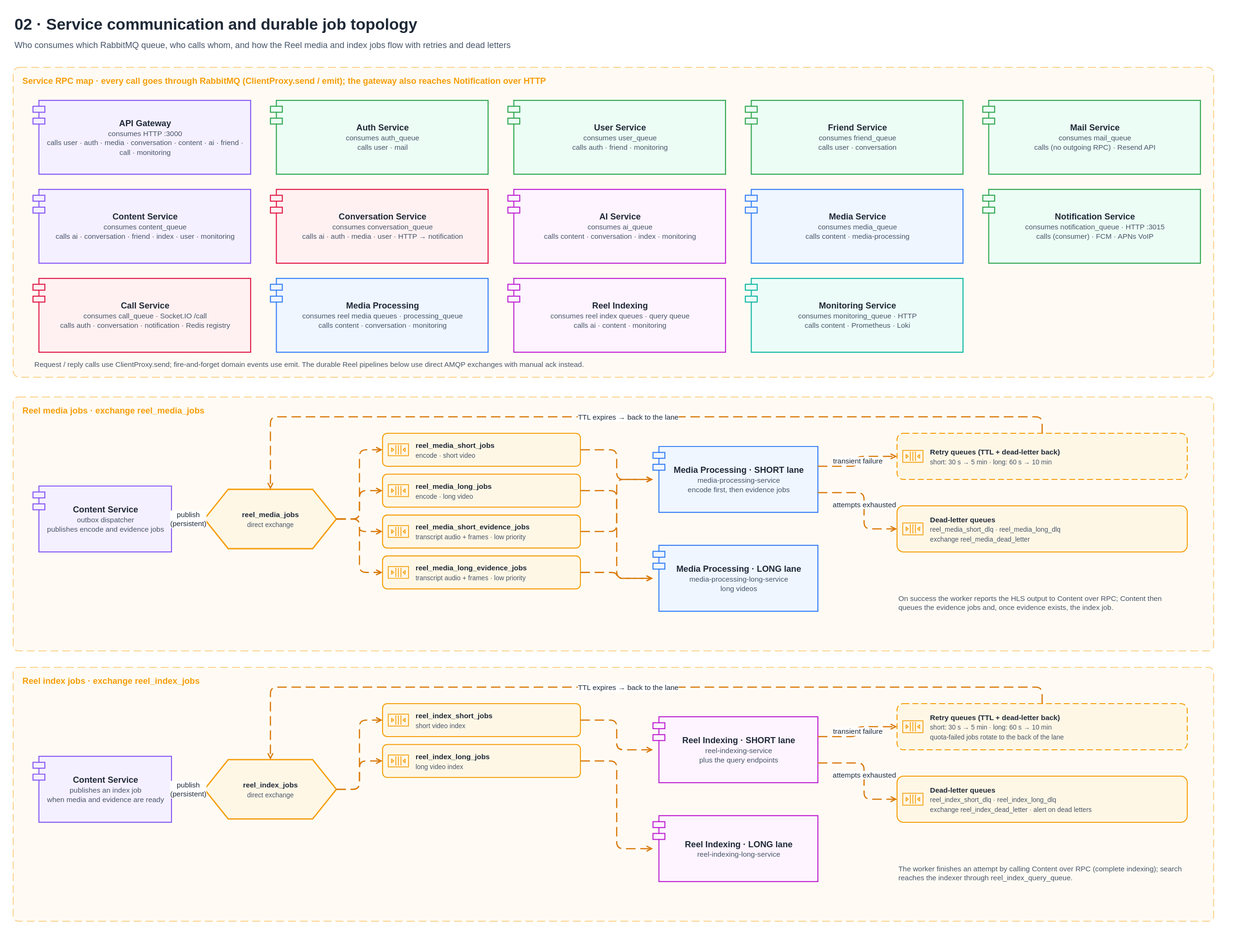
Above: docs/diagrams/velora-current/importable-svg/02-application-architecture.drawio.svg in HieuCuteDangYeu/velora-backend (draw.io), before the change. Source tidied: cells renumbered, new cells last; positions are measured from the earlier drawing's top-left corner, leaving out a move shared by most shapes.
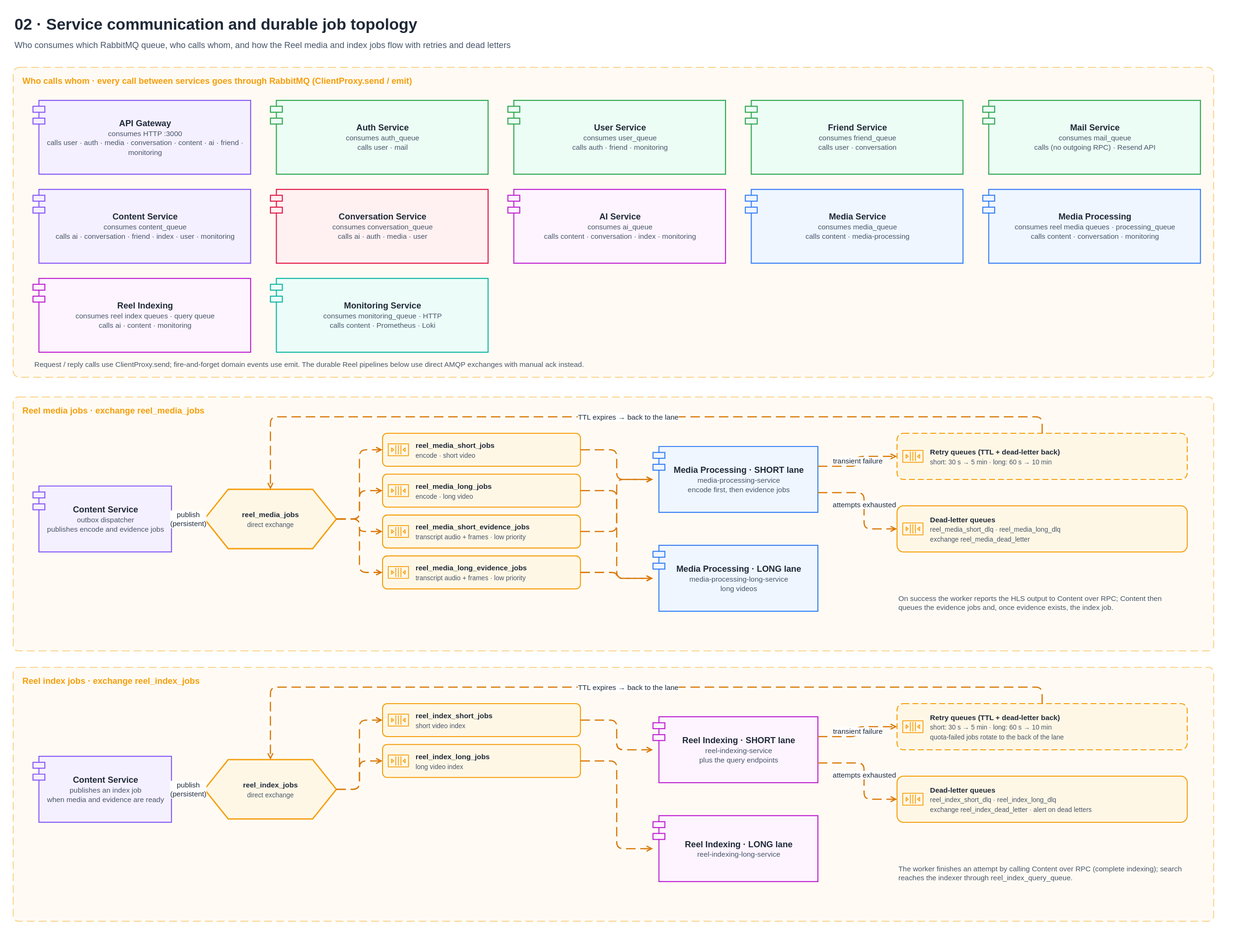
The same diagram one commit later.

What changed in the source:
```diff
@@ -11,10 +11,10 @@
     <mxCell id="4" style="rounded=1;arcSize=2;html=1;strokeColor=#F59E0B;strokeWidth=1.5;fillColor=#FFF7E6;opacity=45;dashed=1;dashPattern=8 4;" parent="1" vertex="1">
       <mxGeometry y="82" width="1820" height="470" as="geometry" />
     </mxCell>
-    <mxCell id="5" value="Service RPC map · every call goes through RabbitMQ (ClientProxy.send / emit); the gateway also reaches Notification over HTTP" style="text;html=1;fontFamily=Helvetica;fontSize=13;fontStyle=1;fontColor=#F59E0B;align=left;verticalAlign=top;spacingLeft=12;spacingTop=6;strokeColor=none;fillColor=none;" parent="1" vertex="1">
+    <mxCell id="5" value="Who calls whom · every call between services goes through RabbitMQ (ClientProxy.send / emit)" style="text;html=1;fontFamily=Helvetica;fontSize=13;fontStyle=1;fontColor=#F59E0B;align=left;verticalAlign=top;spacingLeft=12;spacingTop=6;strokeColor=none;fillColor=none;" parent="1" vertex="1">
       <mxGeometry y="82" width="1820" height="30" as="geometry" />
     </mxCell>
-    <mxCell id="6" value="&lt;b style=&quot;font-size:13px&quot;&gt;API Gateway&lt;/b&gt;&lt;br&gt;&lt;span style=&quot;font-size:11px;color:#475569&quot;&gt;consumes  HTTP :3000&lt;br&gt;calls  user · auth · media · conversation · content · ai · friend · call · monitoring&lt;/span&gt;" style="shape=module;jettyWidth=18;jettyHeight=9;html=1;whiteSpace=wrap;fontFamily=Helvetica;fillColor=#F5F0FF;strokeColor=#8B5CF6;strokeWidth=1.6;fontColor=#1F2937;align=center;verticalAlign=middle;spacingLeft=14;spacingRight=4;" parent="1" vertex="1">
+    <mxCell id="6" value="&lt;b style=&quot;font-size:13px&quot;&gt;API Gateway&lt;/b&gt;&lt;br&gt;&lt;span style=&quot;font-size:11px;color:#475569&quot;&gt;consumes  HTTP :3000&lt;br&gt;calls  user · auth · media · conversation · content · ai · friend · monitoring&lt;/span&gt;" style="shape=module;jettyWidth=18;jettyHeight=9;html=1;whiteSpace=wrap;fontFamily=Helvetica;fillColor=#F5F0FF;strokeColor=#8B5CF6;strokeWidth=1.6;fontColor=#1F2937;align=center;verticalAlign=middle;spacingLeft=14;spacingRight=4;" parent="1" vertex="1">
       <mxGeometry x="30" y="132" width="330" height="112" as="geometry" />
     </mxCell>
     <mxCell id="7" value="&lt;b style=&quot;font-size:13px&quot;&gt;Auth Service&lt;/b&gt;&lt;br&gt;&lt;span style=&quot;font-size:11px;color:#475569&quot;&gt;consumes  auth_queue&lt;br&gt;calls  user · mail&lt;/span&gt;" style="shape=module;jettyWidth=18;jettyHeight=9;html=1;whiteSpace=wrap;fontFamily=Helvetica;fillColor=#ECFDF5;strokeColor=#34A853;strokeWidth=1.6;fontColor=#1F2937;align=center;verticalAlign=middle;spacingLeft=14;spacingRight=4;" parent="1" vertex="1">
@@ -32,7 +32,7 @@
     <mxCell id="11" value="&lt;b style=&quot;font-size:13px&quot;&gt;Content Service&lt;/b&gt;&lt;br&gt;&lt;span style=&quot;font-size:11px;color:#475569&quot;&gt;consumes  content_queue&lt;br&gt;calls  ai · conversation · friend · index · user · monitoring&lt;/span&gt;" style="shape=module;jettyWidth=18;jettyHeight=9;html=1;whiteSpace=wrap;fontFamily=Helvetica;fillColor=#F5F0FF;strokeColor=#8B5CF6;strokeWidth=1.6;fontColor=#1F2937;align=center;verticalAlign=middle;spacingLeft=14;spacingRight=4;" parent="1" vertex="1">
       <mxGeometry x="30" y="267" width="330" height="112" as="geometry" />
     </mxCell>
-    <mxCell id="12" value="&lt;b style=&quot;font-size:13px&quot;&gt;Conversation Service&lt;/b&gt;&lt;br&gt;&lt;span style=&quot;font-size:11px;color:#475569&quot;&gt;consumes  conversation_queue&lt;br&gt;calls  ai · auth · media · user · HTTP → notification&lt;/span&gt;" style="shape=module;jettyWidth=18;jettyHeight=9;html=1;whiteSpace=wrap;fontFamily=Helvetica;fillColor=#FFF1F2;strokeColor=#E11D48;strokeWidth=1.6;fontColor=#1F2937;align=center;verticalAlign=middle;spacingLeft=14;spacingRight=4;" parent="1" vertex="1">
+    <mxCell id="12" value="&lt;b style=&quot;font-size:13px&quot;&gt;Conversation Service&lt;/b&gt;&lt;br&gt;&lt;span style=&quot;font-size:11px;color:#475569&quot;&gt;consumes  conversation_queue&lt;br&gt;calls  ai · auth · media · user&lt;/span&gt;" style="shape=module;jettyWidth=18;jettyHeight=9;html=1;whiteSpace=wrap;fontFamily=Helvetica;fillColor=#FFF1F2;strokeColor=#E11D48;strokeWidth=1.6;fontColor=#1F2937;align=center;verticalAlign=middle;spacingLeft=14;spacingRight=4;" parent="1" vertex="1">
       <mxGeometry x="390" y="267" width="330" height="112" as="geometry" />
     </mxCell>
     <mxCell id="13" value="&lt;b style=&quot;font-size:13px&quot;&gt;AI Service&lt;/b&gt;&lt;br&gt;&lt;span style=&quot;font-size:11px;color:#475569&quot;&gt;consumes  ai_queue&lt;br&gt;calls  content · conversation · index · monitoring&lt;/span&gt;" style="shape=module;jettyWidth=18;jettyHeight=9;html=1;whiteSpace=wrap;fontFamily=Helvetica;fillColor=#FDF4FF;strokeColor=#C026D3;strokeWidth=1.6;fontColor=#1F2937;align=center;verticalAlign=middle;spacingLeft=14;spacingRight=4;" parent="1" vertex="1">
@@ -41,20 +41,14 @@
     <mxCell id="14" value="&lt;b style=&quot;font-size:13px&quot;&gt;Media Service&lt;/b&gt;&lt;br&gt;&lt;span style=&quot;font-size:11px;color:#475569&quot;&gt;consumes  media_queue&lt;br&gt;calls  content · media-processing&lt;/span&gt;" style="shape=module;jettyWidth=18;jettyHeight=9;html=1;whiteSpace=wrap;fontFamily=Helvetica;fillColor=#EFF6FF;strokeColor=#3B82F6;strokeWidth=1.6;fontColor=#1F2937;align=center;verticalAlign=middle;spacingLeft=14;spacingRight=4;" parent="1" vertex="1">
       <mxGeometry x="1110" y="267" width="330" height="112" as="geometry" />
     </mxCell>
-    <mxCell id="15" value="&lt;b style=&quot;font-size:13px&quot;&gt;Notification Service&lt;/b&gt;&lt;br&gt;&lt;span style=&quot;font-size:11px;color:#475569&quot;&gt;consumes  notification_queue · HTTP :3015&lt;br&gt;calls  (consumer) · FCM · APNs VoIP&lt;/span&gt;" style="shape=module;jettyWidth=18;jettyHeight=9;html=1;whiteSpace=wrap;fontFamily=Helvetica;fillColor=#ECFDF5;strokeColor=#34A853;strokeWidth=1.6;fontColor=#1F2937;align=center;verticalAlign=middle;spacingLeft=14;spacingRight=4;" parent="1" vertex="1">
-      <mxGeometry x="1470" y="267" width="330" height="112" as="geometry" />
-    </mxCell>
-    <mxCell id="16" value="&lt;b style=&quot;font-size:13px&quot;&gt;Call Service&lt;/b&gt;&lt;br&gt;&lt;span style=&quot;font-size:11px;color:#475569&quot;&gt;consumes  call_queue · Socket.IO /call&lt;br&gt;calls  auth · conversation · notification · Redis registry&lt;/span&gt;" style="shape=module;jettyWidth=18;jettyHeight=9;html=1;whiteSpace=wrap;fontFamily=Helvetica;fillColor=#FFF1F2;strokeColor=#E11D48;strokeWidth=1.6;fontColor=#1F2937;align=center;verticalAlign=middle;spacingLeft=14;spacingRight=4;" parent="1" vertex="1">
-      <mxGeometry x="30" y="402" width="330" height="112" as="geometry" />
-    </mxCell>
     <mxCell id="17" value="&lt;b style=&quot;font-size:13px&quot;&gt;Media Processing&lt;/b&gt;&lt;br&gt;&lt;span style=&quot;font-size:11px;color:#475569&quot;&gt;consumes  reel media queues · processing_queue&lt;br&gt;calls  content · conversation · monitoring&lt;/span&gt;" style="shape=module;jettyWidth=18;jettyHeight=9;html=1;whiteSpace=wrap;fontFamily=Helvetica;fillColor=#EFF6FF;strokeColor=#3B82F6;strokeWidth=1.6;fontColor=#1F2937;align=center;verticalAlign=middle;spacingLeft=14;spacingRight=4;" parent="1" vertex="1">
-      <mxGeometry x="390" y="402" width="330" height="112" as="geometry" />
+      <mxGeometry x="1470" y="267" width="330" height="112" as="geometry" />
     </mxCell>
     <mxCell id="18" value="&lt;b style=&quot;font-size:13px&quot;&gt;Reel Indexing&lt;/b&gt;&lt;br&gt;&lt;span style=&quot;font-size:11px;color:#475569&quot;&gt;consumes  reel index queues · query queue&lt;br&gt;calls  ai · content · monitoring&lt;/span&gt;" style="shape=module;jettyWidth=18;jettyHeight=9;html=1;whiteSpace=wrap;fontFamily=Helvetica;fillColor=#FDF4FF;strokeColor=#C026D3;strokeWidth=1.6;fontColor=#1F2937;align=center;verticalAlign=middle;spacingLeft=14;spacingRight=4;" parent="1" vertex="1">
-      <mxGeometry x="750" y="402" width="330" height="112" as="geometry" />
+      <mxGeometry x="30" y="402" width="330" height="112" as="geometry" />
     </mxCell>
     <mxCell id="19" value="&lt;b style=&quot;font-size:13px&quot;&gt;Monitoring Service&lt;/b&gt;&lt;br&gt;&lt;span style=&quot;font-size:11px;color:#475569&quot;&gt;consumes  monitoring_queue · HTTP&lt;br&gt;calls  content · Prometheus · Loki&lt;/span&gt;" style="shape=module;jettyWidth=18;jettyHeight=9;html=1;whiteSpace=wrap;fontFamily=Helvetica;fillColor=#ECFDF9;strokeColor=#14B8A6;strokeWidth=1.6;fontColor=#1F2937;align=center;verticalAlign=middle;spacingLeft=14;spacingRight=4;" parent="1" vertex="1">
-      <mxGeometry x="1110" y="402" width="330" height="112" as="geometry" />
+      <mxGeometry x="390" y="402" width="330" height="112" as="geometry" />
     </mxCell>
     <mxCell id="20" value="Request / reply calls use ClientProxy.send; fire-and-forget domain events use emit. The durable Reel pipelines below use direct AMQP exchanges with manual ack instead." style="text;html=1;fontFamily=Helvetica;fontSize=11;fontColor=#475569;align=left;verticalAlign=middle;whiteSpace=wrap;strokeColor=none;fillColor=none;" parent="1" vertex="1">
       <mxGeometry x="30" y="522" width="1700" height="20" as="geometry" />
```
